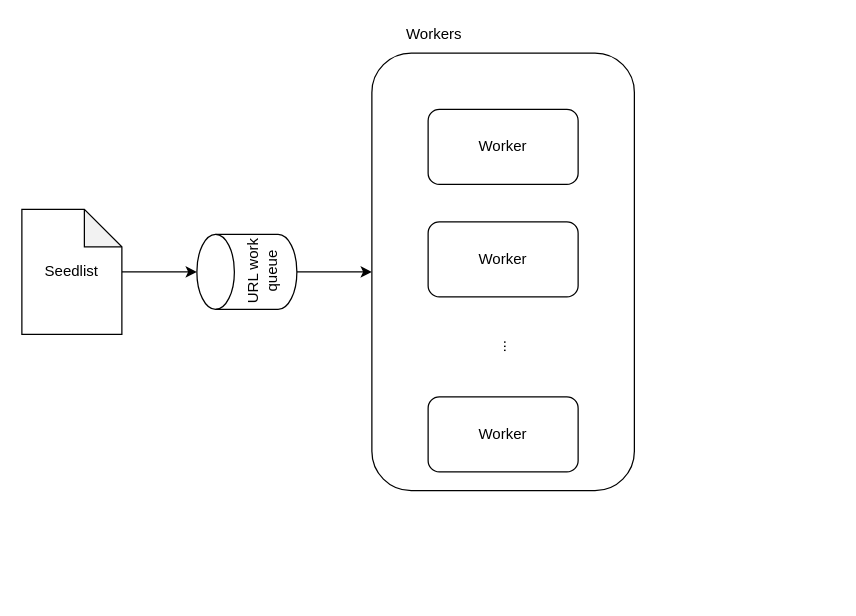
Before: drawios/Design Web Crawler.drawio in whmou/component-archs, a draw.io diagram. Source tidied: cells renumbered, new cells numbered last; positions are measured from the earlier drawing's top-left corner, leaving out a move shared by most shapes. Both pictures are drawn from the tidied source at 125%, with x=0, y=0 at pixel (21, 21).
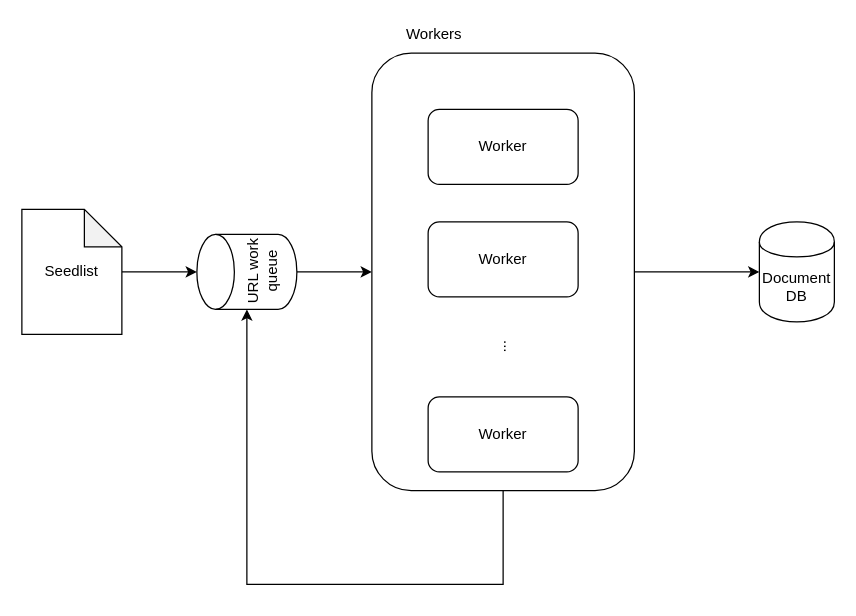
After the change.

Diff of the diagram source:
```diff
@@
 <mxGraphModel>
   <root>
     <mxCell id="0" />
     <mxCell id="1" parent="0" />
     <mxCell id="2" style="edgeStyle=orthogonalEdgeStyle;rounded=0;jettySize=auto;html=1;" parent="1" edge="1" source="3" target="5">
       <mxGeometry relative="1" as="geometry" />
     </mxCell>
     <mxCell id="3" value="Seedlist" style="shape=note;whiteSpace=wrap;html=1;backgroundOutline=1;darkOpacity=0.05;" parent="1" vertex="1">
       <mxGeometry y="150" width="80" height="100" as="geometry" />
     </mxCell>
     <mxCell id="4" style="edgeStyle=orthogonalEdgeStyle;rounded=0;jettySize=auto;html=1;entryX=0;entryY=0.5;entryDx=0;entryDy=0;" parent="1" edge="1" source="5" target="6">
       <mxGeometry relative="1" as="geometry" />
     </mxCell>
     <mxCell id="5" value="URL work queue" style="shape=cylinder3;whiteSpace=wrap;html=1;boundedLbl=1;backgroundOutline=1;size=15;rotation=-90;" parent="1" vertex="1">
       <mxGeometry x="150" y="160" width="60" height="80" as="geometry" />
     </mxCell>
+    <mxCell id="12" style="edgeStyle=orthogonalEdgeStyle;rounded=0;jettySize=auto;html=1;" parent="1" edge="1" source="6" target="14">
+      <mxGeometry relative="1" as="geometry" />
+    </mxCell>
     <mxCell id="6" style="rounded=1;whiteSpace=wrap;html=1;" parent="1" vertex="1">
       <mxGeometry x="280" y="25" width="210" height="350" as="geometry" />
     </mxCell>
     <mxCell id="7" value="Worker" style="rounded=1;whiteSpace=wrap;html=1;" parent="1" vertex="1">
       <mxGeometry x="325" y="70" width="120" height="60" as="geometry" />
     </mxCell>
     <mxCell id="8" value="Worker" style="rounded=1;whiteSpace=wrap;html=1;" parent="1" vertex="1">
       <mxGeometry x="325" y="160" width="120" height="60" as="geometry" />
     </mxCell>
+    <mxCell id="13" style="edgeStyle=orthogonalEdgeStyle;rounded=0;jettySize=auto;html=1;entryX=0;entryY=0.5;entryDx=0;entryDy=0;entryPerimeter=0;exitX=0.5;exitY=1;exitDx=0;exitDy=0;" parent="1" edge="1" source="6" target="5">
+      <mxGeometry relative="1" as="geometry">
+        <Array as="points">
+          <mxPoint x="385" y="450" />
+          <mxPoint x="180" y="450" />
+        </Array>
+      </mxGeometry>
+    </mxCell>
     <mxCell id="9" value="Worker" style="rounded=1;whiteSpace=wrap;html=1;" parent="1" vertex="1">
       <mxGeometry x="325" y="300" width="120" height="60" as="geometry" />
     </mxCell>
     <mxCell id="10" value="..." style="text;html=1;strokeColor=none;fillColor=none;align=center;verticalAlign=middle;whiteSpace=wrap;rounded=0;rotation=90;" parent="1" vertex="1">
       <mxGeometry x="370" y="250" width="40" height="20" as="geometry" />
     </mxCell>
     <mxCell id="11" value="Workers" style="text;html=1;strokeColor=none;fillColor=none;align=center;verticalAlign=middle;whiteSpace=wrap;rounded=0;" parent="1" vertex="1">
       <mxGeometry x="310" width="40" height="20" as="geometry" />
     </mxCell>
+    <mxCell id="14" value="Document DB" style="shape=cylinder;whiteSpace=wrap;html=1;boundedLbl=1;backgroundOutline=1;rounded=1;" parent="1" vertex="1">
+      <mxGeometry x="590" y="160" width="60" height="80" as="geometry" />
+    </mxCell>
   </root>
 </mxGraphModel>
```
